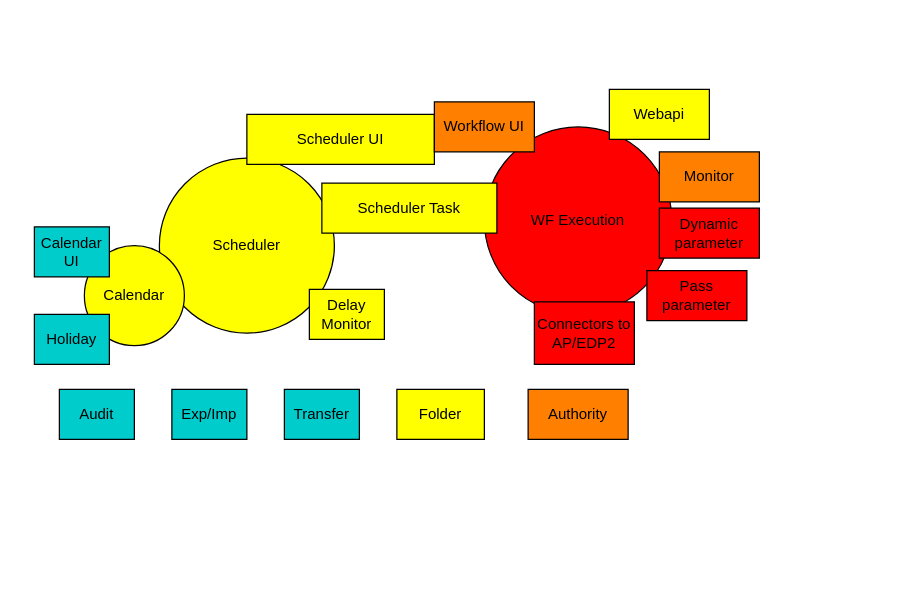
Earlier version of the draw.io diagram bwf/BWF Functions.drawio (wzdxt/uml). Source tidied: cells renumbered, new cells numbered last; positions are measured from the earlier drawing's top-left corner, leaving out a move shared by most shapes. Both pictures are drawn from the tidied source at 125%, with x=0, y=0 at pixel (34, 89).
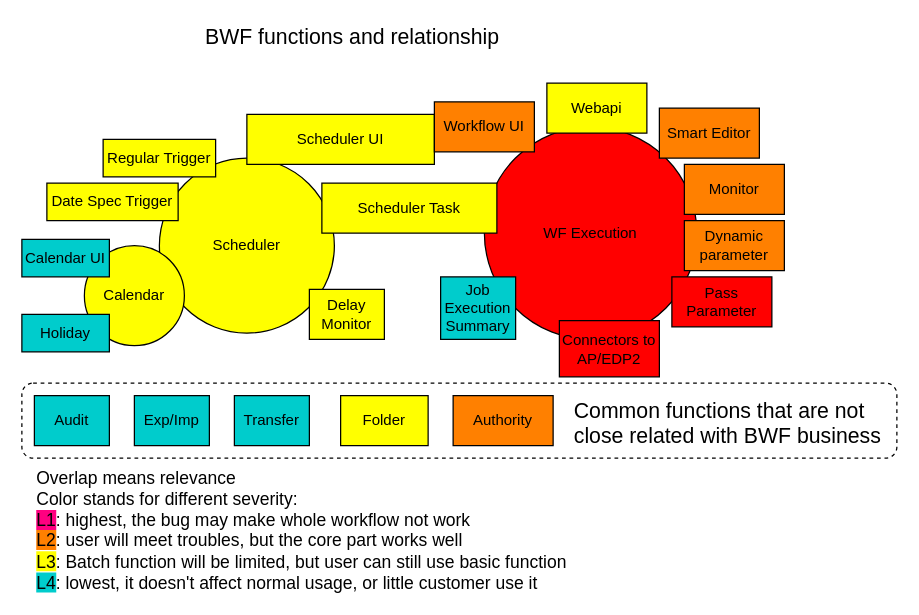
Above is the later version.

The edit, as a diff of the source:
```diff
@@
+    <mxCell id="21" style="rounded=1;whiteSpace=wrap;html=1;fillColor=none;fontSize=17;dashed=1;" parent="1" vertex="1">
+      <mxGeometry x="-10" y="235" width="700" height="60" as="geometry" />
+    </mxCell>
     <mxCell id="2" value="WF Execution" style="ellipse;whiteSpace=wrap;html=1;fillColor=#FF0000;strokeColor=#000000;fontColor=#000000;" parent="1" vertex="1">
-      <mxGeometry x="360" y="30" width="150" height="150" as="geometry" />
+      <mxGeometry x="360" y="30" width="170" height="170" as="geometry" />
     </mxCell>
     <mxCell id="3" value="Connectors to AP/EDP2" style="rounded=0;whiteSpace=wrap;html=1;fontFamily=Helvetica;fontSize=12;fontColor=#000000;align=center;strokeColor=#000000;fillColor=#FF0000;rotation=0;" parent="1" vertex="1">
-      <mxGeometry x="400" y="170" width="80" height="50" as="geometry" />
+      <mxGeometry x="420" y="185" width="80" height="45" as="geometry" />
     </mxCell>
-    <mxCell id="4" value="Pass parameter" style="rounded=0;whiteSpace=wrap;html=1;fontFamily=Helvetica;fontSize=12;fontColor=#000000;align=center;strokeColor=#000000;fillColor=#FF0000;rotation=0;" parent="1" vertex="1">
-      <mxGeometry x="490" y="145" width="80" height="40" as="geometry" />
+    <mxCell id="4" value="Pass Parameter" style="rounded=0;whiteSpace=wrap;html=1;fontFamily=Helvetica;fontSize=12;fontColor=#000000;align=center;strokeColor=#000000;fillColor=#FF0000;rotation=0;" parent="1" vertex="1">
+      <mxGeometry x="510" y="150" width="80" height="40" as="geometry" />
     </mxCell>
@@
-    <mxCell id="7" value="Webapi" style="rounded=0;whiteSpace=wrap;html=1;fontFamily=Helvetica;fontSize=12;fontColor=#000000;align=center;strokeColor=#000000;fillColor=#FFFF00;" parent="1" vertex="1">
-      <mxGeometry x="460" width="80" height="40" as="geometry" />
+    <mxCell id="7" value="Webapi" style="rounded=0;whiteSpace=wrap;html=1;fontFamily=Helvetica;fontSize=12;fontColor=#000000;align=center;strokeColor=#000000;fillColor=#FFFF00;rotation=0;" parent="1" vertex="1">
+      <mxGeometry x="410" y="-5" width="80" height="40" as="geometry" />
     </mxCell>
     <mxCell id="8" value="Exp/Imp" style="rounded=0;whiteSpace=wrap;html=1;fontFamily=Helvetica;fontSize=12;fontColor=#000000;align=center;strokeColor=#000000;fillColor=#00CCCC;" parent="1" vertex="1">
-      <mxGeometry x="110" y="240" width="60" height="40" as="geometry" />
+      <mxGeometry x="80" y="245" width="60" height="40" as="geometry" />
     </mxCell>
     <mxCell id="9" value="Transfer" style="rounded=0;whiteSpace=wrap;html=1;fontFamily=Helvetica;fontSize=12;fontColor=#000000;align=center;strokeColor=#000000;fillColor=#00CCCC;" parent="1" vertex="1">
-      <mxGeometry x="200" y="240" width="60" height="40" as="geometry" />
+      <mxGeometry x="160" y="245" width="60" height="40" as="geometry" />
     </mxCell>
@@
     <mxCell id="12" value="Calendar UI" style="rounded=0;whiteSpace=wrap;html=1;fontFamily=Helvetica;fontSize=12;fontColor=#000000;align=center;strokeColor=#000000;fillColor=#00CCCC;" parent="1" vertex="1">
-      <mxGeometry y="110" width="60" height="40" as="geometry" />
+      <mxGeometry x="-10" y="120" width="70" height="30" as="geometry" />
     </mxCell>
     <mxCell id="13" value="Holiday" style="rounded=0;whiteSpace=wrap;html=1;fontFamily=Helvetica;fontSize=12;fontColor=#000000;align=center;strokeColor=#000000;fillColor=#00CCCC;" parent="1" vertex="1">
-      <mxGeometry y="180" width="60" height="40" as="geometry" />
+      <mxGeometry x="-10" y="180" width="70" height="30" as="geometry" />
     </mxCell>
     <mxCell id="14" value="Monitor" style="rounded=0;whiteSpace=wrap;html=1;fontFamily=Helvetica;fontSize=12;fontColor=#000000;align=center;strokeColor=#000000;fillColor=#FF8000;rotation=0;" parent="1" vertex="1">
-      <mxGeometry x="500" y="50" width="80" height="40" as="geometry" />
+      <mxGeometry x="520" y="60" width="80" height="40" as="geometry" />
     </mxCell>
@@
     <mxCell id="16" value="Folder" style="rounded=0;whiteSpace=wrap;html=1;fontFamily=Helvetica;fontSize=12;fontColor=#000000;align=center;strokeColor=#000000;fillColor=#FFFF00;" parent="1" vertex="1">
-      <mxGeometry x="290" y="240" width="70" height="40" as="geometry" />
+      <mxGeometry x="245" y="245" width="70" height="40" as="geometry" />
     </mxCell>
     <mxCell id="17" value="Authority" style="rounded=0;whiteSpace=wrap;html=1;fontFamily=Helvetica;fontSize=12;fontColor=#000000;align=center;strokeColor=#000000;fillColor=#FF8000;" parent="1" vertex="1">
-      <mxGeometry x="395" y="240" width="80" height="40" as="geometry" />
+      <mxGeometry x="335" y="245" width="80" height="40" as="geometry" />
     </mxCell>
@@
     <mxCell id="19" value="Audit" style="rounded=0;whiteSpace=wrap;html=1;fontFamily=Helvetica;fontSize=12;fontColor=#000000;align=center;strokeColor=#000000;fillColor=#00CCCC;" parent="1" vertex="1">
-      <mxGeometry x="20" y="240" width="60" height="40" as="geometry" />
+      <mxGeometry y="245" width="60" height="40" as="geometry" />
     </mxCell>
-    <mxCell id="20" value="Dynamic parameter" style="rounded=0;whiteSpace=wrap;html=1;fontFamily=Helvetica;fontSize=12;fontColor=#000000;align=center;strokeColor=#000000;fillColor=#FF0000;rotation=0;" parent="1" vertex="1">
-      <mxGeometry x="500" y="95" width="80" height="40" as="geometry" />
+    <mxCell id="20" value="Dynamic parameter" style="rounded=0;whiteSpace=wrap;html=1;fontFamily=Helvetica;fontSize=12;fontColor=#000000;align=center;strokeColor=#000000;fillColor=#FF8000;rotation=0;" parent="1" vertex="1">
+      <mxGeometry x="520" y="105" width="80" height="40" as="geometry" />
     </mxCell>
+    <mxCell id="22" value="&lt;font style=&quot;font-size: 14px;&quot;&gt;Overlap means relevance&lt;br style=&quot;font-size: 14px;&quot;&gt;Color stands for different severity:&lt;br style=&quot;font-size: 14px;&quot;&gt;&lt;span style=&quot;background-color: rgb(255, 0, 128); font-size: 14px;&quot;&gt;L1&lt;/span&gt;: highest, the bug may make whole workflow not work&lt;br style=&quot;font-size: 14px;&quot;&gt;&lt;span style=&quot;background-color: rgb(255, 128, 0); font-size: 14px;&quot;&gt;L2&lt;/span&gt;: user will meet troubles, but the core part works well&lt;br style=&quot;font-size: 14px;&quot;&gt;&lt;span style=&quot;background-color: rgb(255, 255, 0); font-size: 14px;&quot;&gt;L3&lt;/span&gt;: Batch function will be limited, but user can still use basic function&lt;br style=&quot;font-size: 14px;&quot;&gt;&lt;span style=&quot;background-color: rgb(0, 204, 204); font-size: 14px;&quot;&gt;L4&lt;/span&gt;: lowest, it doesn't affect normal usage, or little customer use it&lt;br style=&quot;font-size: 14px;&quot;&gt;&lt;/font&gt;" style="text;html=1;align=left;verticalAlign=top;spacingTop=-4;fontSize=14;" parent="1" vertex="1">
+      <mxGeometry y="300" width="380" height="90" as="geometry" />
+    </mxCell>
+    <mxCell id="23" value="Job Execution Summary" style="rounded=0;whiteSpace=wrap;html=1;fontFamily=Helvetica;fontSize=12;fontColor=#000000;align=center;strokeColor=#000000;fillColor=#00CCCC;" parent="1" vertex="1">
+      <mxGeometry x="325" y="150" width="60" height="50" as="geometry" />
+    </mxCell>
+    <mxCell id="24" value="Smart Editor" style="rounded=0;whiteSpace=wrap;html=1;fontFamily=Helvetica;fontSize=12;fontColor=#000000;align=center;strokeColor=#000000;fillColor=#FF8000;rotation=0;" parent="1" vertex="1">
+      <mxGeometry x="500" y="15" width="80" height="40" as="geometry" />
+    </mxCell>
+    <mxCell id="25" value="Regular Trigger" style="rounded=0;whiteSpace=wrap;html=1;fontFamily=Helvetica;fontSize=12;fontColor=#000000;align=center;strokeColor=#000000;fillColor=#FFFF00;" parent="1" vertex="1">
+      <mxGeometry x="55" y="40" width="90" height="30" as="geometry" />
+    </mxCell>
+    <mxCell id="26" value="Date Spec Trigger" style="rounded=0;whiteSpace=wrap;html=1;fontFamily=Helvetica;fontSize=12;fontColor=#000000;align=center;strokeColor=#000000;fillColor=#FFFF00;" parent="1" vertex="1">
+      <mxGeometry x="10" y="75" width="105" height="30" as="geometry" />
+    </mxCell>
+    <mxCell id="27" value="BWF functions and relationship" style="text;html=1;align=left;verticalAlign=top;spacingTop=-4;fontSize=17;" parent="1" vertex="1">
+      <mxGeometry x="135" y="-54" width="250" height="20" as="geometry" />
+    </mxCell>
+    <mxCell id="28" value="Common functions that are not&lt;br&gt;close related with BWF business" style="text;html=1;align=left;verticalAlign=top;spacingTop=-4;fontSize=17;" parent="1" vertex="1">
+      <mxGeometry x="430" y="245" width="260" height="40" as="geometry" />
+    </mxCell>
```
